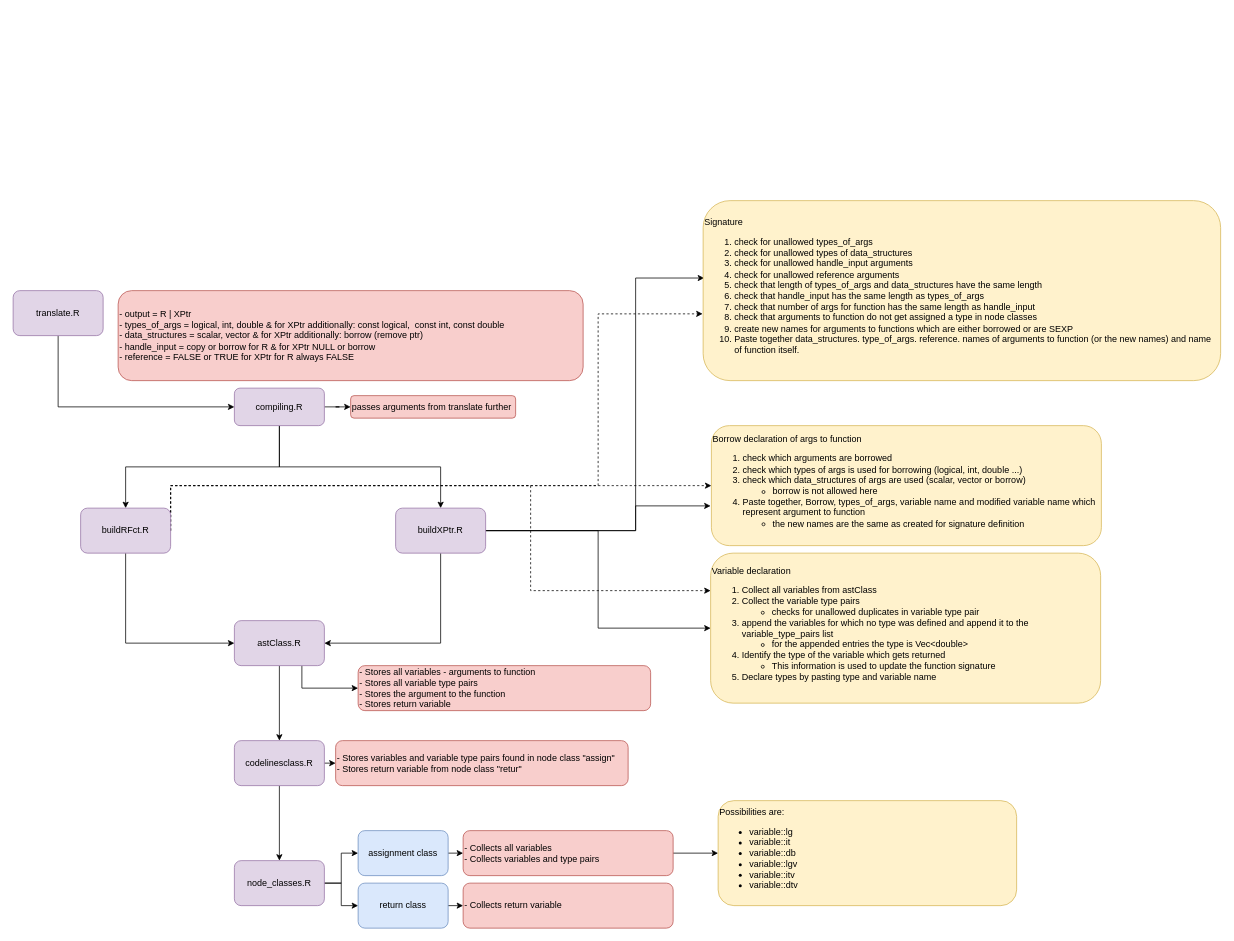
Before: docs/Types.drawio in Konrad1991/ast2ast, a draw.io diagram. Source tidied: cells renumbered, new cells numbered last; positions are measured from the earlier drawing's top-left corner, leaving out a move shared by most shapes. Both pictures are drawn from the tidied source at 75%, with x=0, y=0 at pixel (13, 200).
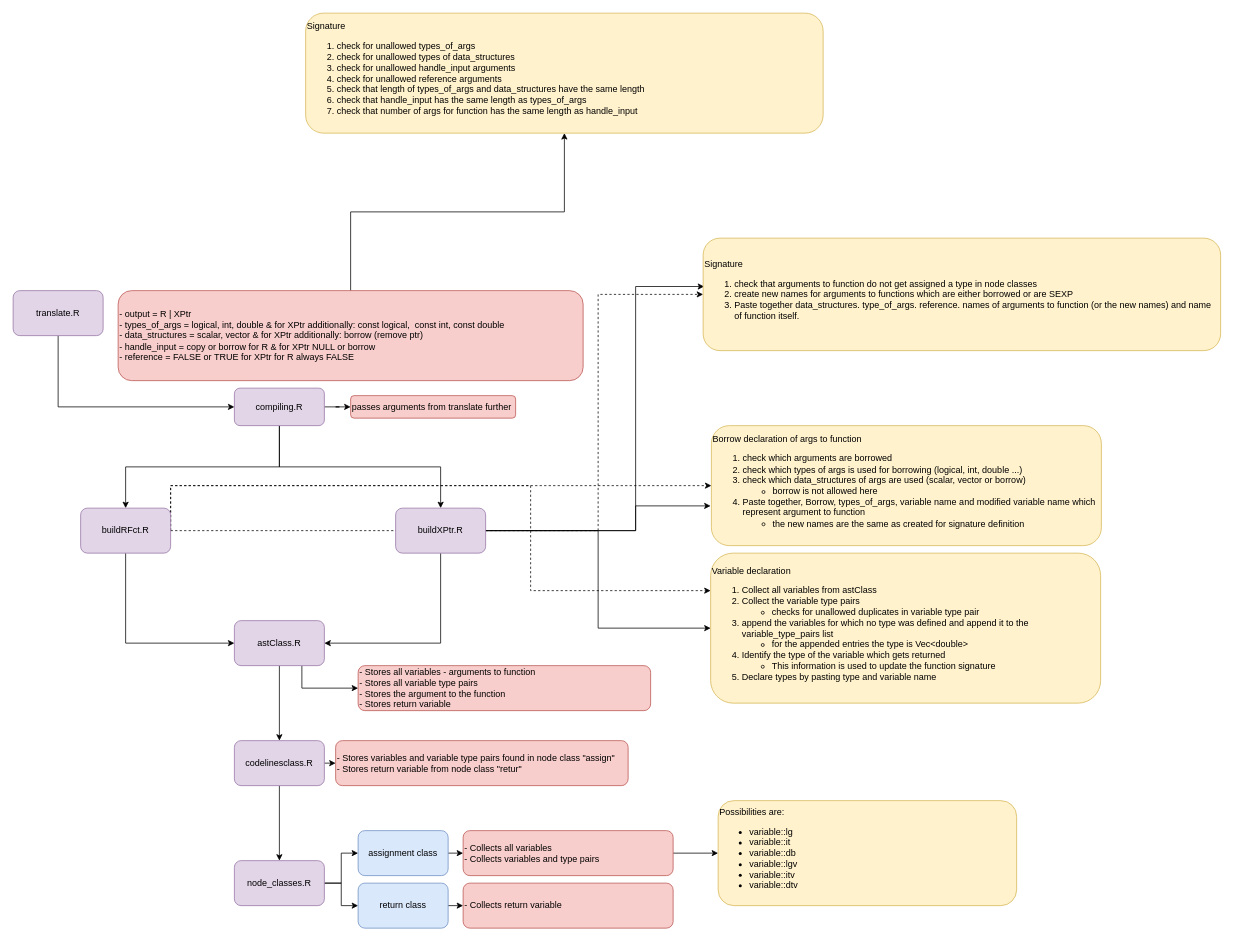
The same diagram, later.

Unchanged cells that the change refers to:
```xml
<mxCell id="12" value="buildRFct.R" style="rounded=1;whiteSpace=wrap;html=1;fillColor=#e1d5e7;strokeColor=#9673a6;" parent="1" vertex="1">
  <mxGeometry x="90" y="410" width="120" height="60" as="geometry" />
</mxCell>
<mxCell id="17" value="buildXPtr.R" style="rounded=1;whiteSpace=wrap;html=1;fillColor=#e1d5e7;strokeColor=#9673a6;" parent="1" vertex="1">
  <mxGeometry x="510" y="410" width="120" height="60" as="geometry" />
</mxCell>
<mxCell id="27" value="- output = R | XPtr&lt;br&gt;- types_of_args =&amp;nbsp;logical, int, double &amp;amp; for XPtr additionally: const logical,&amp;nbsp; const int, const double&lt;br&gt;- data_structures =&amp;nbsp;scalar, vector &amp;amp; for XPtr additionally: borrow (remove ptr)&lt;br&gt;- handle_input = copy or borrow for R &amp;amp; for XPtr NULL or borrow&lt;br&gt;- reference = FALSE or TRUE for XPtr for R always FALSE" style="rounded=1;whiteSpace=wrap;html=1;fillColor=#f8cecc;strokeColor=#b85450;align=left;" parent="1" vertex="1">
  <mxGeometry x="140" y="120" width="620" height="120" as="geometry" />
</mxCell>
```

Diff of the diagram source:
```diff
@@
-    <mxCell id="9" style="edgeStyle=orthogonalEdgeStyle;rounded=0;jettySize=auto;html=1;exitX=1;exitY=0.5;exitDx=0;exitDy=0;dashed=1;entryX=-0.001;entryY=0.629;entryDx=0;entryDy=0;entryPerimeter=0;" parent="1" edge="1" source="12" target="39">
-      <mxGeometry relative="1" as="geometry">
-        <Array as="points">
-          <mxPoint x="210" y="380" />
-          <mxPoint x="780" y="380" />
-          <mxPoint x="780" y="151" />
-        </Array>
-      </mxGeometry>
-    </mxCell>
@@
+    <mxCell id="9" style="edgeStyle=orthogonalEdgeStyle;rounded=0;jettySize=auto;html=1;exitX=1;exitY=0.5;exitDx=0;exitDy=0;entryX=0;entryY=0.5;entryDx=0;entryDy=0;dashed=1;" parent="1" edge="1" source="12" target="39">
+      <mxGeometry relative="1" as="geometry">
+        <Array as="points">
+          <mxPoint x="780" y="440" />
+          <mxPoint x="780" y="125" />
+        </Array>
+      </mxGeometry>
+    </mxCell>
@@
     <mxCell id="14" style="edgeStyle=orthogonalEdgeStyle;rounded=0;jettySize=auto;html=1;exitX=1;exitY=0.5;exitDx=0;exitDy=0;entryX=0.002;entryY=0.43;entryDx=0;entryDy=0;entryPerimeter=0;" parent="1" edge="1" source="17" target="39">
       <mxGeometry relative="1" as="geometry">
         <Array as="points">
           <mxPoint x="830" y="440" />
-          <mxPoint x="830" y="103" />
+          <mxPoint x="830" y="115" />
         </Array>
       </mxGeometry>
     </mxCell>
@@
+    <mxCell id="42" style="edgeStyle=orthogonalEdgeStyle;rounded=0;jettySize=auto;html=1;" parent="1" edge="1" source="27" target="43">
+      <mxGeometry relative="1" as="geometry" />
+    </mxCell>
@@
-    <mxCell id="39" value="&lt;div&gt;Signature&lt;/div&gt;&lt;ol&gt;&lt;li&gt;check for unallowed types_of_args&lt;/li&gt;&lt;li&gt;check for unallowed types of data_structures&lt;/li&gt;&lt;li&gt;check for unallowed handle_input arguments&lt;/li&gt;&lt;li&gt;check for unallowed reference arguments&lt;/li&gt;&lt;li&gt;check that length of types_of_args and data_structures have the same length&lt;/li&gt;&lt;li&gt;check that handle_input has the same length as types_of_args&lt;/li&gt;&lt;li&gt;check that number of args for function has the same length as handle_input&lt;/li&gt;&lt;li&gt;check that arguments to function do not get assigned a type in node classes&lt;/li&gt;&lt;li&gt;create new names for arguments to functions which are either borrowed or are SEXP&lt;/li&gt;&lt;li&gt;Paste together data_structures. type_of_args. reference. names of arguments to function (or the new names) and name of function itself.&lt;/li&gt;&lt;/ol&gt;" style="rounded=1;whiteSpace=wrap;html=1;fillColor=#fff2cc;strokeColor=#d6b656;align=left;" parent="1" vertex="1">
-      <mxGeometry x="920" width="690" height="240" as="geometry" />
+    <mxCell id="39" value="&lt;div&gt;Signature&lt;/div&gt;&lt;ol&gt;&lt;li&gt;check that arguments to function do not get assigned a type in node classes&lt;/li&gt;&lt;li&gt;create new names for arguments to functions which are either borrowed or are SEXP&lt;/li&gt;&lt;li&gt;Paste together data_structures. type_of_args. reference. names of arguments to function (or the new names) and name of function itself.&lt;/li&gt;&lt;/ol&gt;" style="rounded=1;whiteSpace=wrap;html=1;fillColor=#fff2cc;strokeColor=#d6b656;align=left;" parent="1" vertex="1">
+      <mxGeometry x="920" y="50" width="690" height="150" as="geometry" />
     </mxCell>
@@
+    <mxCell id="43" value="&lt;div&gt;Signature&lt;/div&gt;&lt;ol&gt;&lt;li&gt;check for unallowed types_of_args&lt;/li&gt;&lt;li&gt;check for unallowed types of data_structures&lt;/li&gt;&lt;li&gt;check for unallowed handle_input arguments&lt;/li&gt;&lt;li&gt;check for unallowed reference arguments&lt;/li&gt;&lt;li&gt;check that length of types_of_args and data_structures have the same length&lt;/li&gt;&lt;li&gt;check that handle_input has the same length as types_of_args&lt;/li&gt;&lt;li&gt;check that number of args for function has the same length as handle_input&lt;/li&gt;&lt;/ol&gt;" style="rounded=1;whiteSpace=wrap;html=1;fillColor=#fff2cc;strokeColor=#d6b656;align=left;" parent="1" vertex="1">
+      <mxGeometry x="390" y="-250" width="690" height="160" as="geometry" />
+    </mxCell>
```
